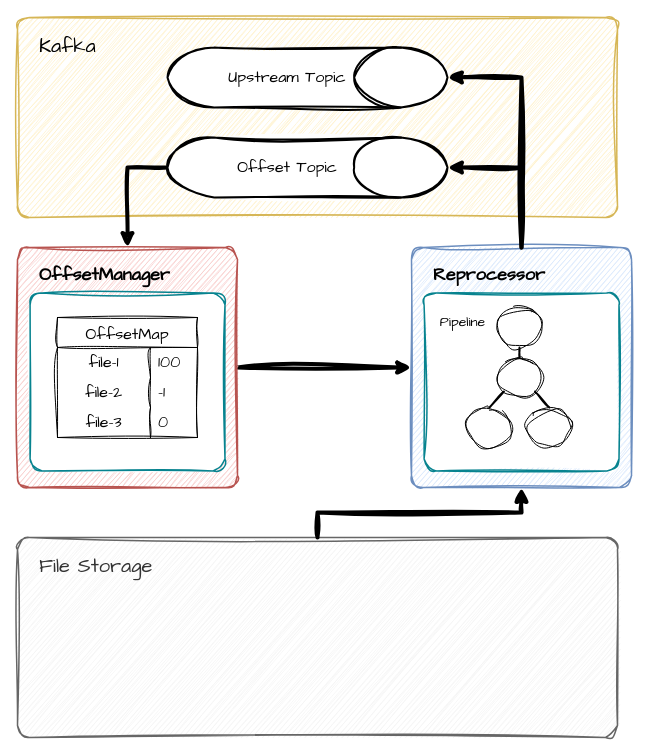
milkcoke/source-connect keeps this draw.io diagram as page "Architecture" (1 of 5) of docs/source-connect.drawio. Above is the earlier version. Source tidied: cells renumbered, new cells numbered last; positions are measured from the earlier drawing's top-left corner, leaving out a move shared by most shapes. Both pictures are drawn from the tidied source at 100%, with x=0, y=0 at pixel (17, -63).
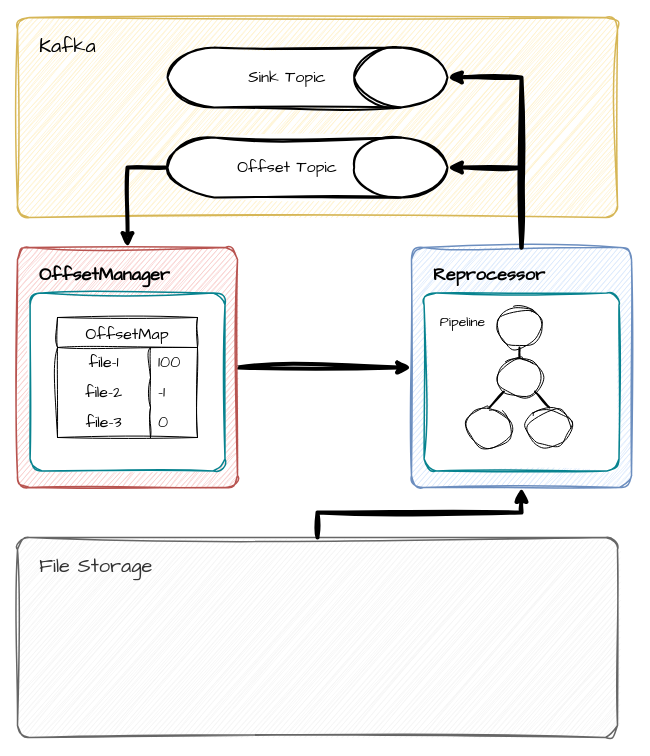
After the change.

Change to the diagram source:
```diff
@@
-    <mxCell id="28" value="&lt;font style=&quot;font-size: 16px;&quot;&gt;Upstream Topic&lt;/font&gt;" style="strokeWidth=2;html=1;shape=mxgraph.flowchart.database;whiteSpace=wrap;sketch=1;hachureGap=4;jiggle=2;curveFitting=1;fontFamily=Architects Daughter;rotation=90;horizontal=0;spacingRight=40;" parent="1" vertex="1">
+    <mxCell id="28" value="&lt;font style=&quot;font-size: 16px;&quot;&gt;Sink Topic&lt;/font&gt;" style="strokeWidth=2;html=1;shape=mxgraph.flowchart.database;whiteSpace=wrap;sketch=1;hachureGap=4;jiggle=2;curveFitting=1;fontFamily=Architects Daughter;rotation=90;horizontal=0;spacingRight=40;" parent="1" vertex="1">
       <mxGeometry x="260" width="60" height="280" as="geometry" />
     </mxCell>
```
